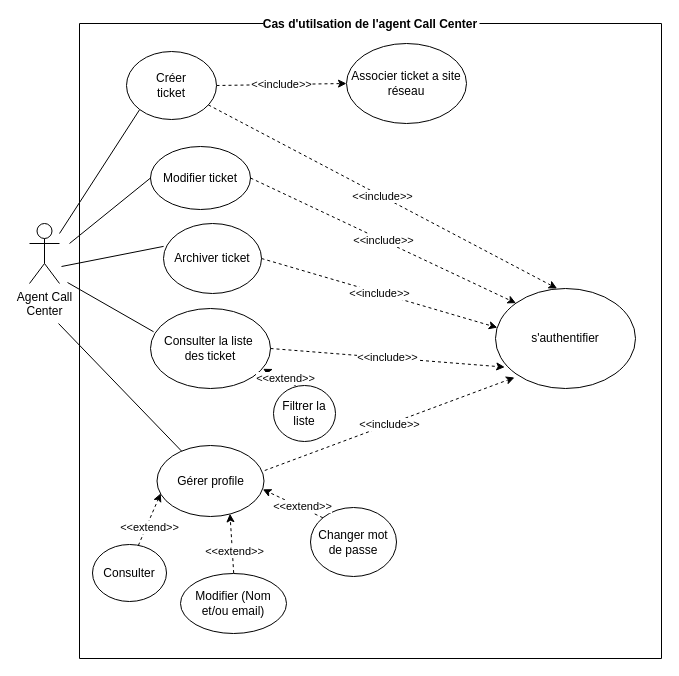
The draw.io diagram page "Call Center" (2 of 4) of Conception/USE_CASE.drawio in Belakebi-Amine/djezzy_supervision, before the edit. Source tidied: cells renumbered, new cells numbered last; positions are measured from the earlier drawing's top-left corner, leaving out a move shared by most shapes. Both pictures are drawn from the tidied source at 100%, with x=0, y=0 at pixel (29, 23).
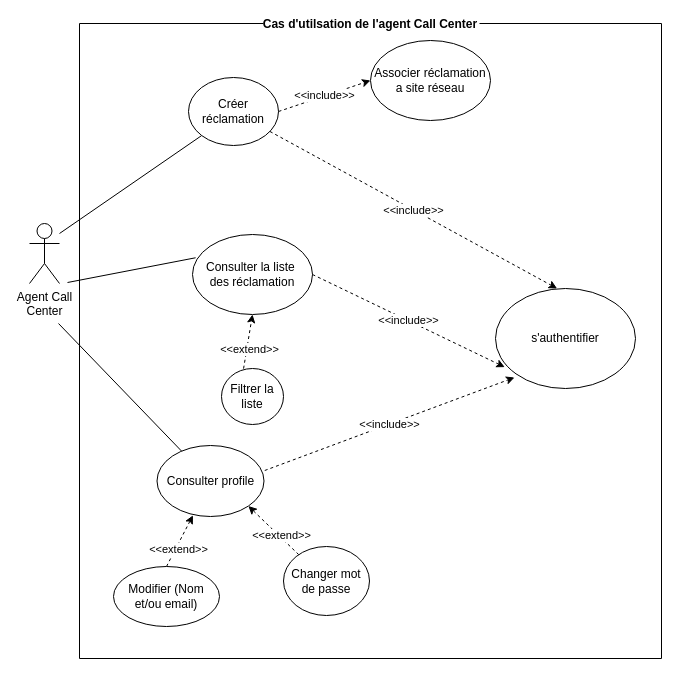
The same diagram, later.

Unchanged cells that the change refers to:
```xml
<mxCell id="7" value="Cas d'utilsation de l'agent Call Center" style="swimlane;startSize=0;labelBackgroundColor=default;" parent="1" vertex="1">
  <mxGeometry x="50" width="582" height="635" as="geometry" />
</mxCell>
<mxCell id="25" value="s'authentifier" style="ellipse;whiteSpace=wrap;html=1;" parent="7" vertex="1">
  <mxGeometry x="416" y="265" width="140" height="100" as="geometry" />
</mxCell>
```

What changed in the source:
```diff
@@
-    <mxCell id="5" value="Associer ticket a site réseau" style="ellipse;whiteSpace=wrap;html=1;" parent="1" vertex="1">
-      <mxGeometry x="317" y="20" width="120" height="80" as="geometry" />
-    </mxCell>
-    <mxCell id="6" value="&amp;lt;&amp;lt;include&amp;gt;&amp;gt;" style="endArrow=classic;dashed=1;html=1;exitX=1;exitY=0.5;exitDx=0;exitDy=0;entryX=0;entryY=0.5;entryDx=0;entryDy=0;rounded=1;curved=0;endFill=1;" parent="1" edge="1" source="14" target="5">
-      <mxGeometry relative="1" as="geometry" />
-    </mxCell>
@@
-    <mxCell id="8" value="Consulter la liste&amp;nbsp;&lt;div&gt;des ticket&lt;/div&gt;" style="ellipse;whiteSpace=wrap;html=1;" parent="7" vertex="1">
-      <mxGeometry x="71" y="285" width="120" height="80" as="geometry" />
+    <mxCell id="8" value="Consulter la liste&amp;nbsp;&lt;div&gt;des réclamation&lt;/div&gt;" style="ellipse;whiteSpace=wrap;html=1;" parent="7" vertex="1">
+      <mxGeometry x="113" y="211" width="120" height="80" as="geometry" />
     </mxCell>
-    <mxCell id="9" value="Modifier ticket" style="ellipse;whiteSpace=wrap;html=1;" parent="7" vertex="1">
-      <mxGeometry x="71" y="123" width="100" height="63" as="geometry" />
-    </mxCell>
-    <mxCell id="10" value="Archiver ticket" style="ellipse;whiteSpace=wrap;html=1;" parent="7" vertex="1">
-      <mxGeometry x="84" y="200" width="98" height="70" as="geometry" />
-    </mxCell>
     <mxCell id="11" value="Filtrer la liste" style="ellipse;whiteSpace=wrap;html=1;" parent="7" vertex="1">
-      <mxGeometry x="194" y="362" width="62" height="56" as="geometry" />
+      <mxGeometry x="142" y="345" width="62" height="56" as="geometry" />
     </mxCell>
-    <mxCell id="12" style="endArrow=classic;html=1;exitX=0.356;exitY=0.002;exitDx=0;exitDy=0;entryX=0.938;entryY=0.754;entryDx=0;entryDy=0;entryPerimeter=0;dashed=1;exitPerimeter=0;" parent="7" edge="1" source="11" target="8">
+    <mxCell id="12" style="endArrow=classic;html=1;exitX=0.356;exitY=0.002;exitDx=0;exitDy=0;entryX=0.5;entryY=1;entryDx=0;entryDy=0;dashed=1;exitPerimeter=0;" parent="7" edge="1" source="11" target="8">
       <mxGeometry relative="1" as="geometry" />
     </mxCell>
@@
-    <mxCell id="14" value="Créer&lt;div&gt;ticket&lt;/div&gt;" style="ellipse;whiteSpace=wrap;html=1;fontStyle=0;" parent="7" vertex="1">
-      <mxGeometry x="47" y="28" width="90" height="68" as="geometry" />
+    <mxCell id="14" value="Créer&lt;div&gt;réclamation&lt;/div&gt;" style="ellipse;whiteSpace=wrap;html=1;fontStyle=0;" parent="7" vertex="1">
+      <mxGeometry x="109" y="54" width="90" height="68" as="geometry" />
     </mxCell>
-    <mxCell id="15" value="Gérer profile" style="ellipse;whiteSpace=wrap;html=1;" parent="7" vertex="1">
+    <mxCell id="15" value="Consulter profile" style="ellipse;whiteSpace=wrap;html=1;" parent="7" vertex="1">
       <mxGeometry x="77.5" y="422" width="107" height="71" as="geometry" />
     </mxCell>
     <mxCell id="16" value="Changer mot de passe" style="ellipse;whiteSpace=wrap;html=1;" parent="7" vertex="1">
-      <mxGeometry x="231" y="484" width="86" height="69" as="geometry" />
+      <mxGeometry x="204" y="523" width="86" height="69" as="geometry" />
     </mxCell>
-    <mxCell id="17" value="Consulter" style="ellipse;whiteSpace=wrap;html=1;" parent="7" vertex="1">
-      <mxGeometry x="13" y="521" width="74" height="57" as="geometry" />
-    </mxCell>
-    <mxCell id="18" style="endArrow=classic;html=1;exitX=0;exitY=0;exitDx=0;exitDy=0;entryX=0.989;entryY=0.618;entryDx=0;entryDy=0;entryPerimeter=0;dashed=1;" parent="7" edge="1" source="16" target="15">
+    <mxCell id="18" style="endArrow=classic;html=1;entryX=1;entryY=1;entryDx=0;entryDy=0;dashed=1;" parent="7" edge="1" source="16" target="15">
       <mxGeometry relative="1" as="geometry" />
     </mxCell>
@@
-    <mxCell id="20" style="endArrow=classic;html=1;exitX=0.416;exitY=-0.008;exitDx=0;exitDy=0;entryX=0.682;entryY=0.962;entryDx=0;entryDy=0;entryPerimeter=0;dashed=1;exitPerimeter=0;" parent="7" edge="1" target="15">
-      <mxGeometry relative="1" as="geometry">
-        <mxPoint x="154.2" y="549.6" as="sourcePoint" />
-      </mxGeometry>
+    <mxCell id="20" style="endArrow=classic;html=1;exitX=0.5;exitY=0;exitDx=0;exitDy=0;entryX=0.336;entryY=0.984;entryDx=0;entryDy=0;entryPerimeter=0;dashed=1;" parent="7" edge="1" source="24" target="15">
+      <mxGeometry relative="1" as="geometry" />
     </mxCell>
@@
-    <mxCell id="22" style="endArrow=classic;html=1;exitX=0.62;exitY=0.016;exitDx=0;exitDy=0;entryX=0.035;entryY=0.674;entryDx=0;entryDy=0;entryPerimeter=0;dashed=1;exitPerimeter=0;" parent="7" edge="1" source="17" target="15">
-      <mxGeometry relative="1" as="geometry" />
-    </mxCell>
-    <mxCell id="23" value="&amp;lt;&amp;lt;extend&amp;gt;&amp;gt;" style="edgeLabel;html=1;align=center;verticalAlign=middle;" parent="22" vertex="1">
-      <mxGeometry x="-0.27" y="-2" relative="1" as="geometry" />
-    </mxCell>
     <mxCell id="24" value="Modifier (Nom et/ou email)" style="ellipse;whiteSpace=wrap;html=1;" parent="7" vertex="1">
-      <mxGeometry x="101" y="550" width="106" height="60" as="geometry" />
+      <mxGeometry x="34" y="543" width="106" height="60" as="geometry" />
     </mxCell>
@@
-    <mxCell id="28" value="&amp;lt;&amp;lt;include&amp;gt;&amp;gt;" style="endArrow=classic;dashed=1;html=1;entryX=0.013;entryY=0.391;entryDx=0;entryDy=0;exitX=1;exitY=0.5;exitDx=0;exitDy=0;endFill=1;entryPerimeter=0;" parent="7" edge="1" source="10" target="25">
-      <mxGeometry relative="1" as="geometry" />
-    </mxCell>
-    <mxCell id="29" value="&amp;lt;&amp;lt;include&amp;gt;&amp;gt;" style="endArrow=classic;dashed=1;html=1;entryX=0;entryY=0;entryDx=0;entryDy=0;exitX=1;exitY=0.5;exitDx=0;exitDy=0;endFill=1;" parent="7" edge="1" source="9" target="25">
-      <mxGeometry relative="1" as="geometry" />
-    </mxCell>
-    <mxCell id="30" style="endArrow=none;html=1;entryX=0;entryY=0.5;entryDx=0;entryDy=0;" parent="1" edge="1" target="9">
-      <mxGeometry relative="1" as="geometry">
-        <mxPoint x="40" y="220" as="sourcePoint" />
-      </mxGeometry>
-    </mxCell>
-    <mxCell id="31" style="endArrow=none;html=1;entryX=0.001;entryY=0.327;entryDx=0;entryDy=0;entryPerimeter=0;" parent="1" edge="1" target="10">
-      <mxGeometry relative="1" as="geometry">
-        <mxPoint x="32" y="243" as="sourcePoint" />
-      </mxGeometry>
-    </mxCell>
+    <mxCell id="5" value="Associer réclamation a site réseau" style="ellipse;whiteSpace=wrap;html=1;" parent="7" vertex="1">
+      <mxGeometry x="291" y="17" width="120" height="80" as="geometry" />
+    </mxCell>
+    <mxCell id="6" value="&amp;lt;&amp;lt;include&amp;gt;&amp;gt;" style="endArrow=classic;dashed=1;html=1;exitX=1;exitY=0.5;exitDx=0;exitDy=0;entryX=0;entryY=0.5;entryDx=0;entryDy=0;rounded=1;curved=0;endFill=1;" parent="7" edge="1" source="14" target="5">
+      <mxGeometry relative="1" as="geometry" />
+    </mxCell>
```
